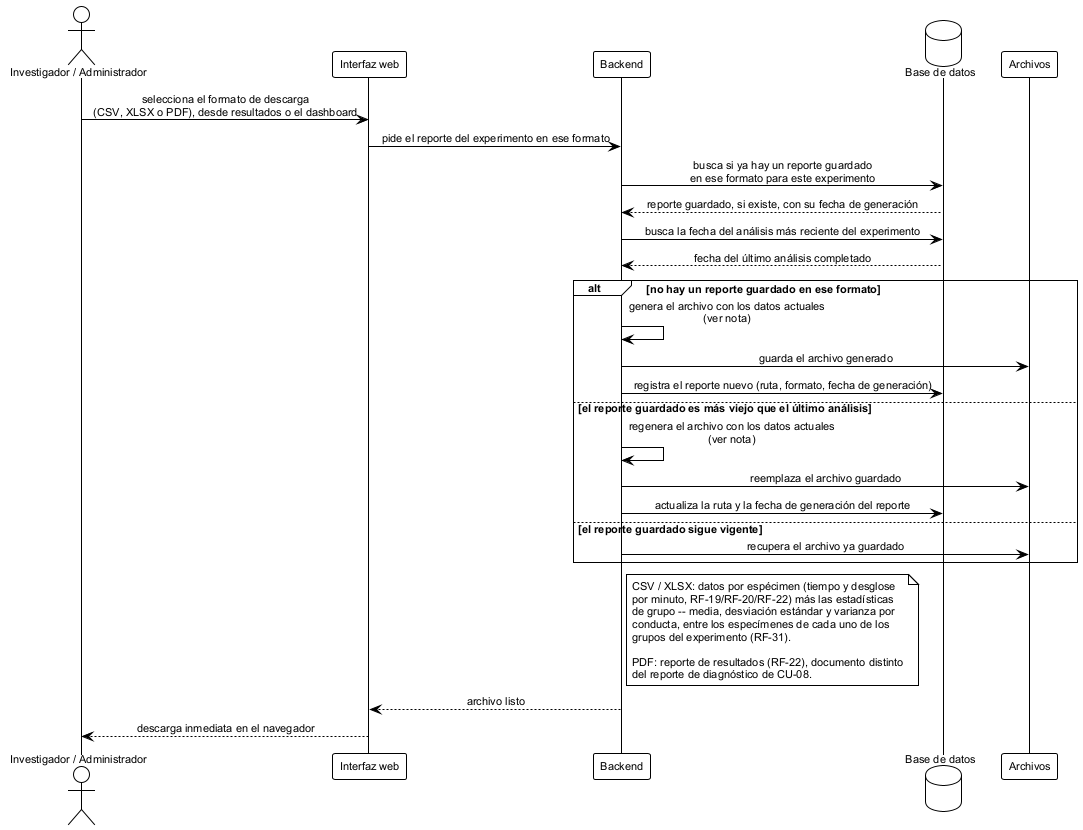
Earlier version of the PlantUML export figures/diagramas/seq_descarga_reportes.png (ErickJester/fst-ai-system-latex). The source it was exported from:
```plantuml
@startuml seq_descarga_reportes

!theme plain
skinparam defaultFontName Arial
skinparam defaultFontSize 11
skinparam shadowing false
skinparam sequenceMessageAlign center
skinparam BoxPadding 10

actor "Investigador / Administrador" as inv
participant "Interfaz web" as ui
participant Backend as api
database "Base de datos" as db
participant "Archivos" as fs

inv -> ui: selecciona el formato de descarga\n(CSV, XLSX o PDF), desde resultados o el dashboard
ui -> api: pide el reporte del experimento en ese formato

api -> db: busca si ya hay un reporte guardado\nen ese formato para este experimento
db --> api: reporte guardado, si existe, con su fecha de generación
api -> db: busca la fecha del análisis más reciente del experimento
db --> api: fecha del último análisis completado

alt no hay un reporte guardado en ese formato
  api -> api: genera el archivo con los datos actuales\n(ver nota)
  api -> fs: guarda el archivo generado
  api -> db: registra el reporte nuevo (ruta, formato, fecha de generación)
else el reporte guardado es más viejo que el último análisis
  api -> api: regenera el archivo con los datos actuales\n(ver nota)
  api -> fs: reemplaza el archivo guardado
  api -> db: actualiza la ruta y la fecha de generación del reporte
else el reporte guardado sigue vigente
  api -> fs: recupera el archivo ya guardado
end

note right of api
  CSV / XLSX: datos por espécimen (tiempo y desglose
  por minuto, RF-19/RF-20/RF-22) más las estadísticas
  de grupo -- media, desviación estándar y varianza por
  conducta, entre los especímenes de cada uno de los
  grupos del experimento (RF-31).

  PDF: reporte de resultados (RF-22), documento distinto
  del reporte de diagnóstico de CU-08.
end note

api --> ui: archivo listo
ui --> inv: descarga inmediata en el navegador

@enduml
```
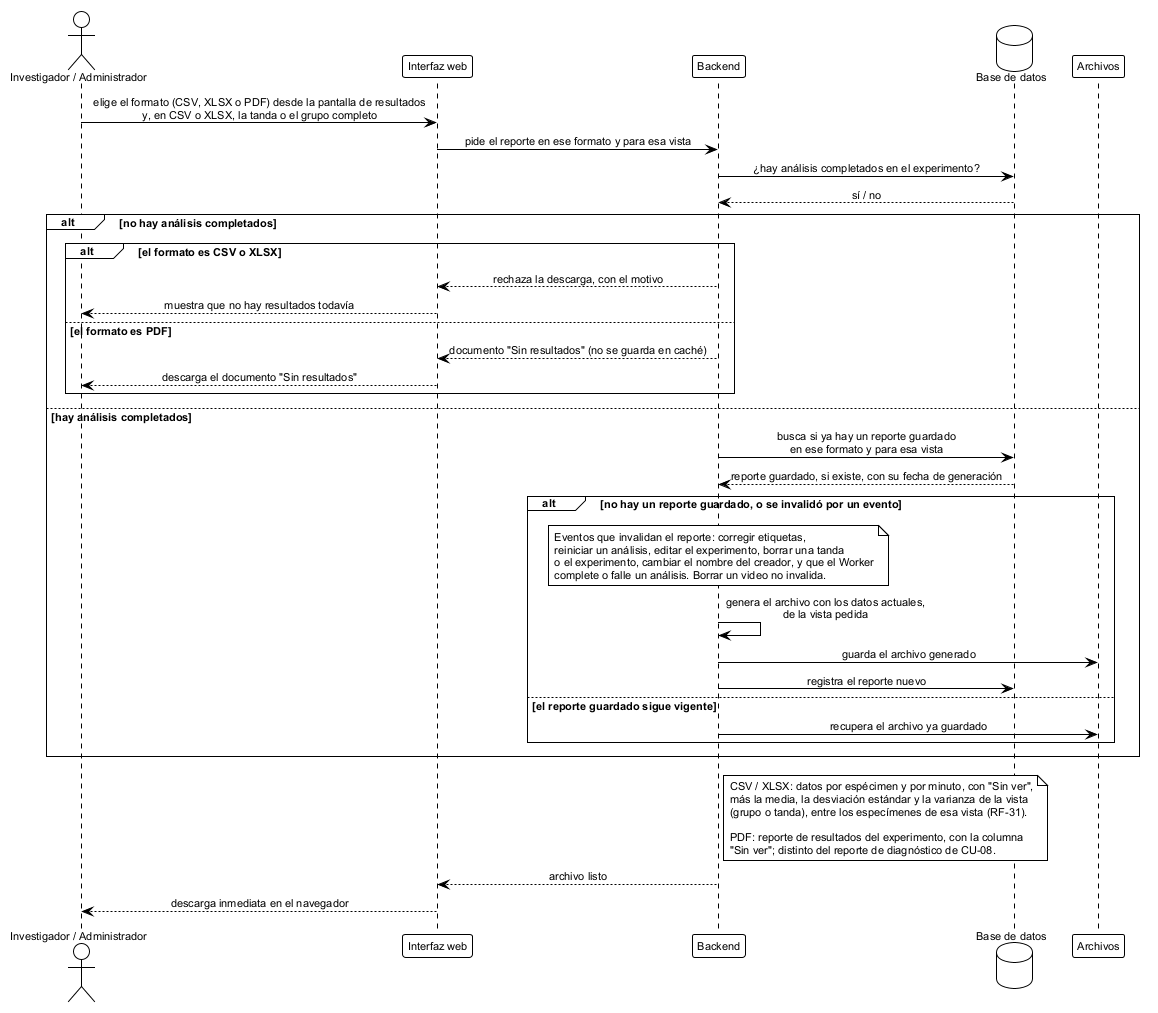
Above is the later version.

What changed in the source:
```diff
@@ -13,35 +13,46 @@
 database "Base de datos" as db
 participant "Archivos" as fs
 
-inv -> ui: selecciona el formato de descarga\n(CSV, XLSX o PDF), desde resultados o el dashboard
-ui -> api: pide el reporte del experimento en ese formato
+inv -> ui: elige el formato (CSV, XLSX o PDF) desde la pantalla de resultados\ny, en CSV o XLSX, la tanda o el grupo completo
+ui -> api: pide el reporte en ese formato y para esa vista
 
-api -> db: busca si ya hay un reporte guardado\nen ese formato para este experimento
-db --> api: reporte guardado, si existe, con su fecha de generación
-api -> db: busca la fecha del análisis más reciente del experimento
-db --> api: fecha del último análisis completado
+api -> db: ¿hay análisis completados en el experimento?
+db --> api: sí / no
 
-alt no hay un reporte guardado en ese formato
-  api -> api: genera el archivo con los datos actuales\n(ver nota)
-  api -> fs: guarda el archivo generado
-  api -> db: registra el reporte nuevo (ruta, formato, fecha de generación)
-else el reporte guardado es más viejo que el último análisis
-  api -> api: regenera el archivo con los datos actuales\n(ver nota)
-  api -> fs: reemplaza el archivo guardado
-  api -> db: actualiza la ruta y la fecha de generación del reporte
-else el reporte guardado sigue vigente
-  api -> fs: recupera el archivo ya guardado
+alt no hay análisis completados
+  alt el formato es CSV o XLSX
+    api --> ui: rechaza la descarga, con el motivo
+    ui --> inv: muestra que no hay resultados todavía
+  else el formato es PDF
+    api --> ui: documento "Sin resultados" (no se guarda en caché)
+    ui --> inv: descarga el documento "Sin resultados"
+  end
+else hay análisis completados
+  api -> db: busca si ya hay un reporte guardado\nen ese formato y para esa vista
+  db --> api: reporte guardado, si existe, con su fecha de generación
+
+  alt no hay un reporte guardado, o se invalidó por un evento
+    note over api
+      Eventos que invalidan el reporte: corregir etiquetas,
+      reiniciar un análisis, editar el experimento, borrar una tanda
+      o el experimento, cambiar el nombre del creador, y que el Worker
+      complete o falle un análisis. Borrar un video no invalida.
+    end note
+    api -> api: genera el archivo con los datos actuales,\nde la vista pedida
+    api -> fs: guarda el archivo generado
+    api -> db: registra el reporte nuevo
+  else el reporte guardado sigue vigente
+    api -> fs: recupera el archivo ya guardado
+  end
 end
 
 note right of api
-  CSV / XLSX: datos por espécimen (tiempo y desglose
-  por minuto, RF-19/RF-20/RF-22) más las estadísticas
-  de grupo -- media, desviación estándar y varianza por
-  conducta, entre los especímenes de cada uno de los
-  grupos del experimento (RF-31).
+  CSV / XLSX: datos por espécimen y por minuto, con "Sin ver",
+  más la media, la desviación estándar y la varianza de la vista
+  (grupo o tanda), entre los especímenes de esa vista (RF-31).
 
-  PDF: reporte de resultados (RF-22), documento distinto
-  del reporte de diagnóstico de CU-08.
+  PDF: reporte de resultados del experimento, con la columna
+  "Sin ver"; distinto del reporte de diagnóstico de CU-08.
 end note
 
 api --> ui: archivo listo
```
